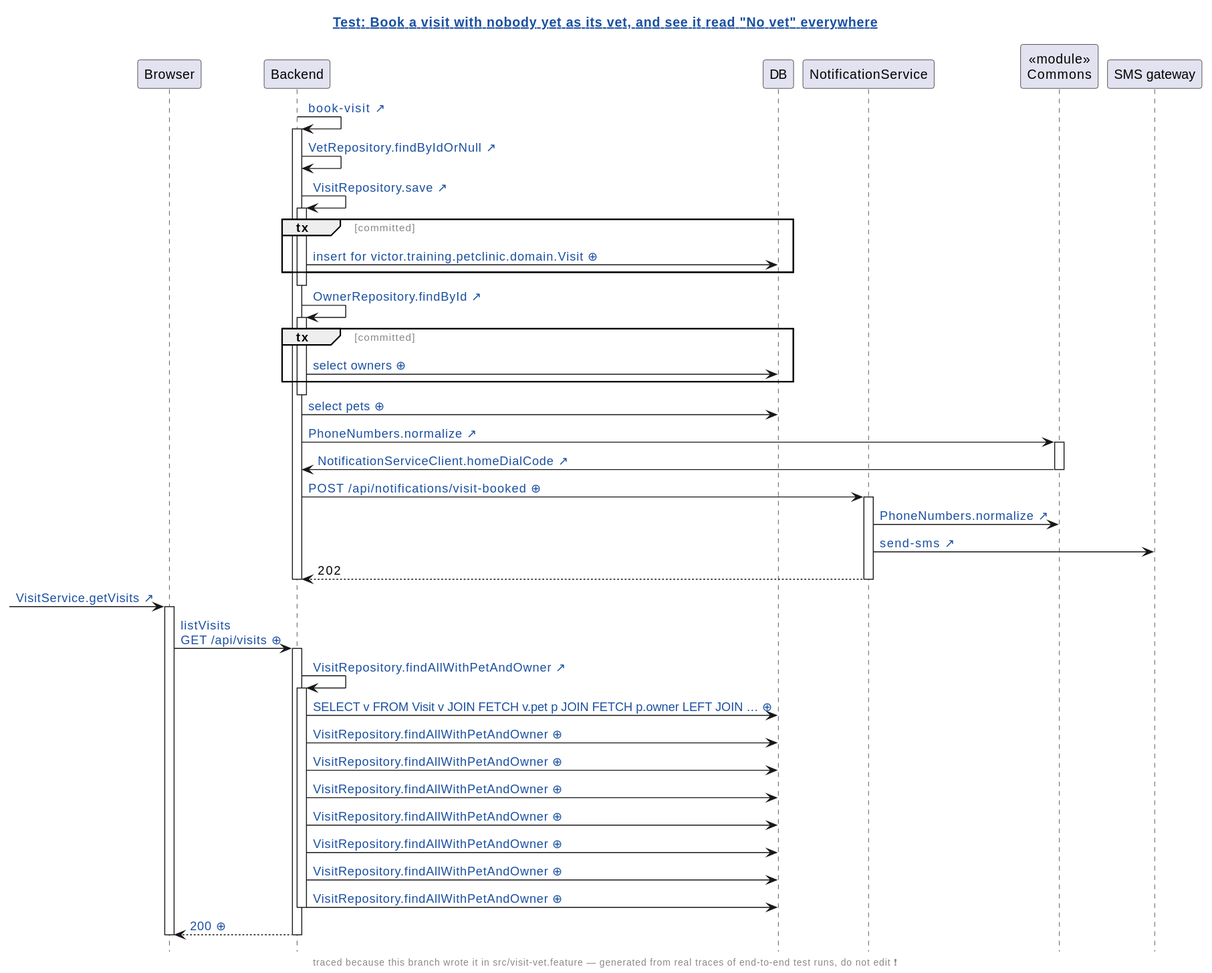
victorrentea/human-review keeps this PlantUML diagram as demo/demo/assets/diagrams/petclinic-test_generated_visit-vet.feature.book-a-visit-with-nobody-yet-as-its-vet-and-see-it-read-no-vet-everywhere.genseq.new.svg. Above is the earlier version.
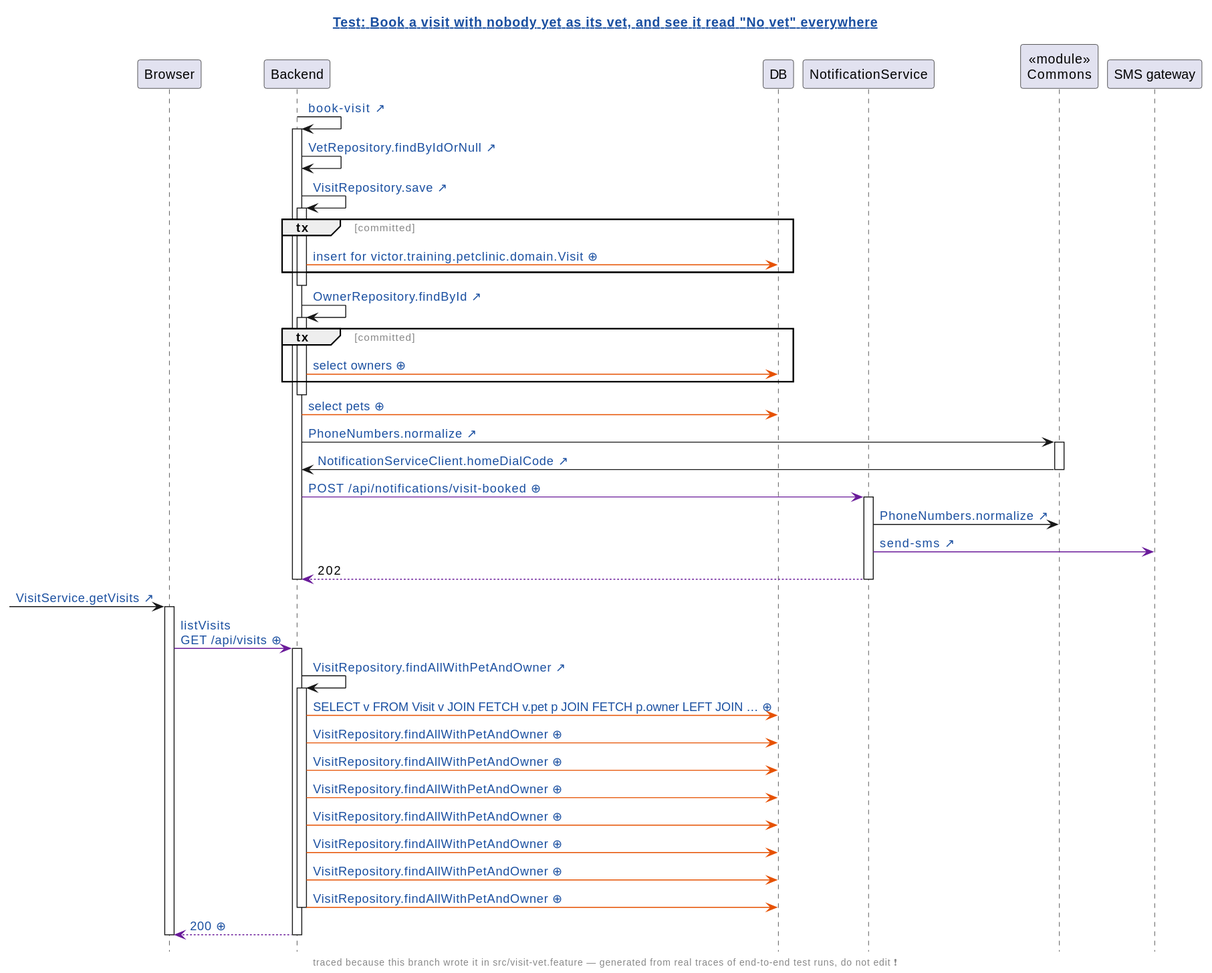
After the change.

What changed in the source:
```diff
@@ -18,43 +18,43 @@
 Backend -> Backend: [[src://petclinic-backend/src/main/java/victor/training/petclinic/repository/VisitRepository.java:14{Click to open VisitRepository.save} VisitRepository.save ↗]]
 activate Backend
 group tx [committed]
-Backend -> DB: [[genseq://1ck57bi{Click for the statement behind this call} insert for victor.training.petclinic.domain.Visit ⊕]]
+Backend -[#E65100]> DB: [[genseq://1ck57bi{Click for the statement behind this call} insert for victor.training.petclinic.domain.Visit ⊕]]
 end
 deactivate Backend
 Backend -> Backend: [[src://petclinic-backend/src/main/java/victor/training/petclinic/repository/OwnerRepository.java:14{Click to open OwnerRepository.findById} OwnerRepository.findById ↗]]
 activate Backend
 group tx [committed]
-Backend -> DB: [[genseq://0x8aana{Click for the statement behind this call} select owners ⊕]]
+Backend -[#E65100]> DB: [[genseq://0x8aana{Click for the statement behind this call} select owners ⊕]]
 end
 deactivate Backend
-Backend -> DB: [[genseq://18567ho{Click for the statement behind this call} select pets ⊕]]
+Backend -[#E65100]> DB: [[genseq://18567ho{Click for the statement behind this call} select pets ⊕]]
 Backend -> Commons: [[src://petclinic-commons/src/main/java/victor/training/commons/PhoneNumbers.java:14{Click to open PhoneNumbers.normalize} PhoneNumbers.normalize ↗]]
 activate Commons
 Commons -> Backend: [[src://petclinic-backend/src/main/java/victor/training/petclinic/notification/NotificationServiceClient.java:45{Click to open NotificationServiceClient.homeDialCode} NotificationServiceClient.homeDialCode ↗]]
 deactivate Commons
-Backend -> NotificationService: [[genseq://00gfug0{Click for the request as it was sent} POST /api/notifications/visit-booked ⊕]]
+Backend -[#6A1B9A]> NotificationService: [[genseq://00gfug0{Click for the request as it was sent} POST /api/notifications/visit-booked ⊕]]
 activate NotificationService
 NotificationService -> Commons: [[src://petclinic-commons/src/main/java/victor/training/commons/PhoneNumbers.java:8{Click to open PhoneNumbers.normalize} PhoneNumbers.normalize ↗]]
-NotificationService -> "SMS gateway": [[src://notification-service/src/main/java/victor/training/notification/SmsGateway.java:23{Click to open SmsGateway.send} send-sms ↗]]
-NotificationService --> Backend: 202
+NotificationService -[#6A1B9A]> "SMS gateway": [[src://notification-service/src/main/java/victor/training/notification/SmsGateway.java:23{Click to open SmsGateway.send} send-sms ↗]]
+NotificationService -[#6A1B9A]-> Backend: 202
 deactivate NotificationService
 deactivate Backend
 [-> Browser: [[src://petclinic-frontend/src/app/visits/visits-page/visits-page.component.ts:21{Click to open the line that sent this request: visits-page.component.ts:21} VisitService.getVisits ↗]]
 activate Browser
-Browser -> Backend: [[genseq://1myr631{Click for the request as it was sent} listVisits\nGET /api/visits ⊕]]
+Browser -[#6A1B9A]> Backend: [[genseq://1myr631{Click for the request as it was sent} listVisits\nGET /api/visits ⊕]]
 activate Backend
 Backend -> Backend: [[src://petclinic-backend/src/main/java/victor/training/petclinic/repository/VisitRepository.java:19{Click to open VisitRepository.findAllWithPetAndOwner} VisitRepository.findAllWithPetAndOwner ↗]]
 activate Backend
-Backend -> DB: [[genseq://1706k1o{Click for the statement behind this call} SELECT v FROM Visit v JOIN FETCH v.pet p JOIN FETCH p.owner LEFT JOIN … ⊕]]
-Backend -> DB: [[genseq://0cvbten{Click for the statement behind this call} VisitRepository.findAllWithPetAndOwner ⊕]]
-Backend -> DB: [[genseq://0xm9qzg{Click for the statement behind this call} VisitRepository.findAllWithPetAndOwner ⊕]]
-Backend -> DB: [[genseq://070fg5f{Click for the statement behind this call} VisitRepository.findAllWithPetAndOwner ⊕]]
-Backend -> DB: [[genseq://1heb9yw{Click for the statement behind this call} VisitRepository.findAllWithPetAndOwner ⊕]]
-Backend -> DB: [[genseq://0g8ptx2{Click for the statement behind this call} VisitRepository.findAllWithPetAndOwner ⊕]]
-Backend -> DB: [[genseq://0i1m34t{Click for the statement behind this call} VisitRepository.findAllWithPetAndOwner ⊕]]
-Backend -> DB: [[genseq://094wceq{Click for the statement behind this call} VisitRepository.findAllWithPetAndOwner ⊕]]
+Backend -[#E65100]> DB: [[genseq://1706k1o{Click for the statement behind this call} SELECT v FROM Visit v JOIN FETCH v.pet p JOIN FETCH p.owner LEFT JOIN … ⊕]]
+Backend -[#E65100]> DB: [[genseq://0cvbten{Click for the statement behind this call} VisitRepository.findAllWithPetAndOwner ⊕]]
+Backend -[#E65100]> DB: [[genseq://0xm9qzg{Click for the statement behind this call} VisitRepository.findAllWithPetAndOwner ⊕]]
+Backend -[#E65100]> DB: [[genseq://070fg5f{Click for the statement behind this call} VisitRepository.findAllWithPetAndOwner ⊕]]
+Backend -[#E65100]> DB: [[genseq://1heb9yw{Click for the statement behind this call} VisitRepository.findAllWithPetAndOwner ⊕]]
+Backend -[#E65100]> DB: [[genseq://0g8ptx2{Click for the statement behind this call} VisitRepository.findAllWithPetAndOwner ⊕]]
+Backend -[#E65100]> DB: [[genseq://0i1m34t{Click for the statement behind this call} VisitRepository.findAllWithPetAndOwner ⊕]]
+Backend -[#E65100]> DB: [[genseq://094wceq{Click for the statement behind this call} VisitRepository.findAllWithPetAndOwner ⊕]]
 deactivate Backend
-Backend --> Browser: [[genseq://0p8wewa{Click for this call’s JSON body} 200 ⊕]]
+Backend -[#6A1B9A]-> Browser: [[genseq://0p8wewa{Click for this call’s JSON body} 200 ⊕]]
 deactivate Backend
 deactivate Browser
 @enduml
```
